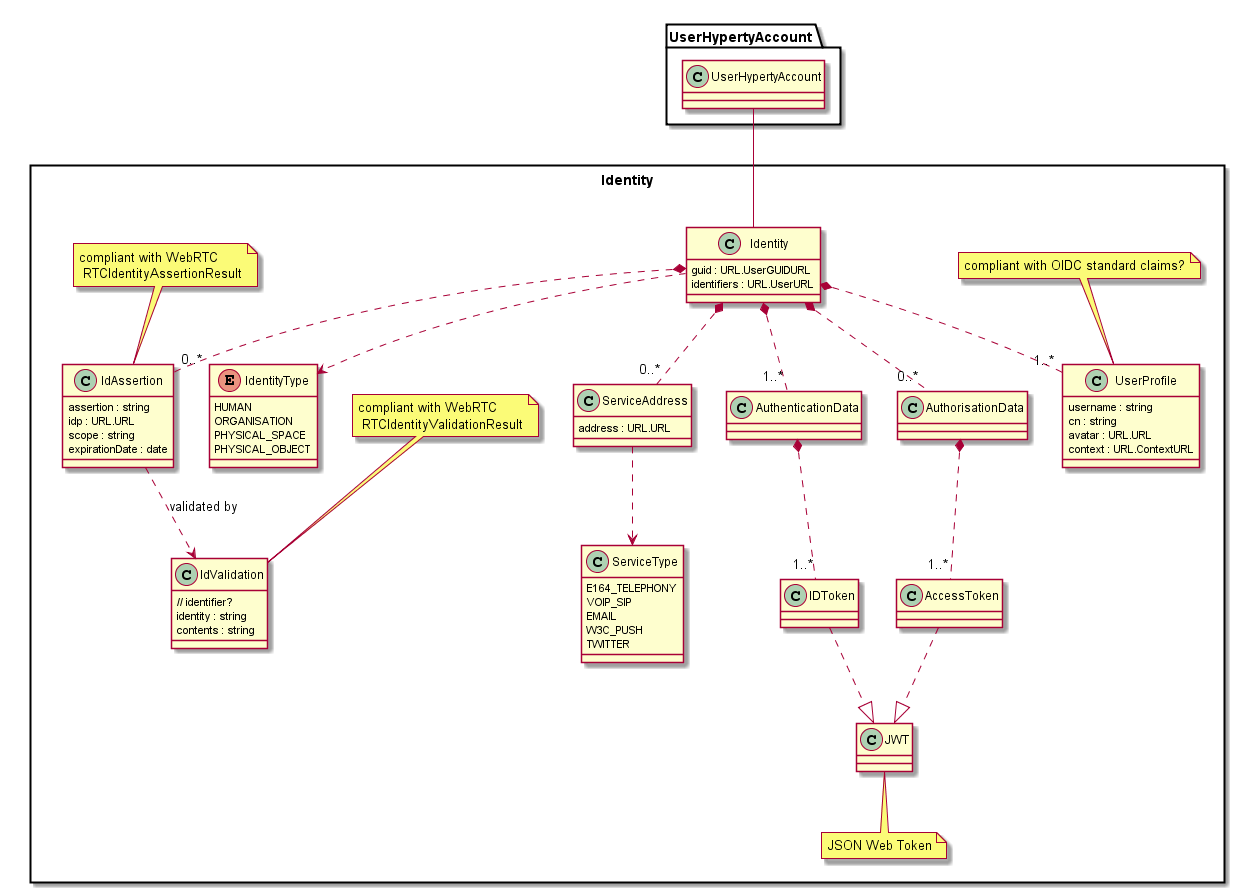
Earlier version of the PlantUML export datamodel/core/user-identity/Identity-Data-Object-Model.png (reTHINK-project/specs).
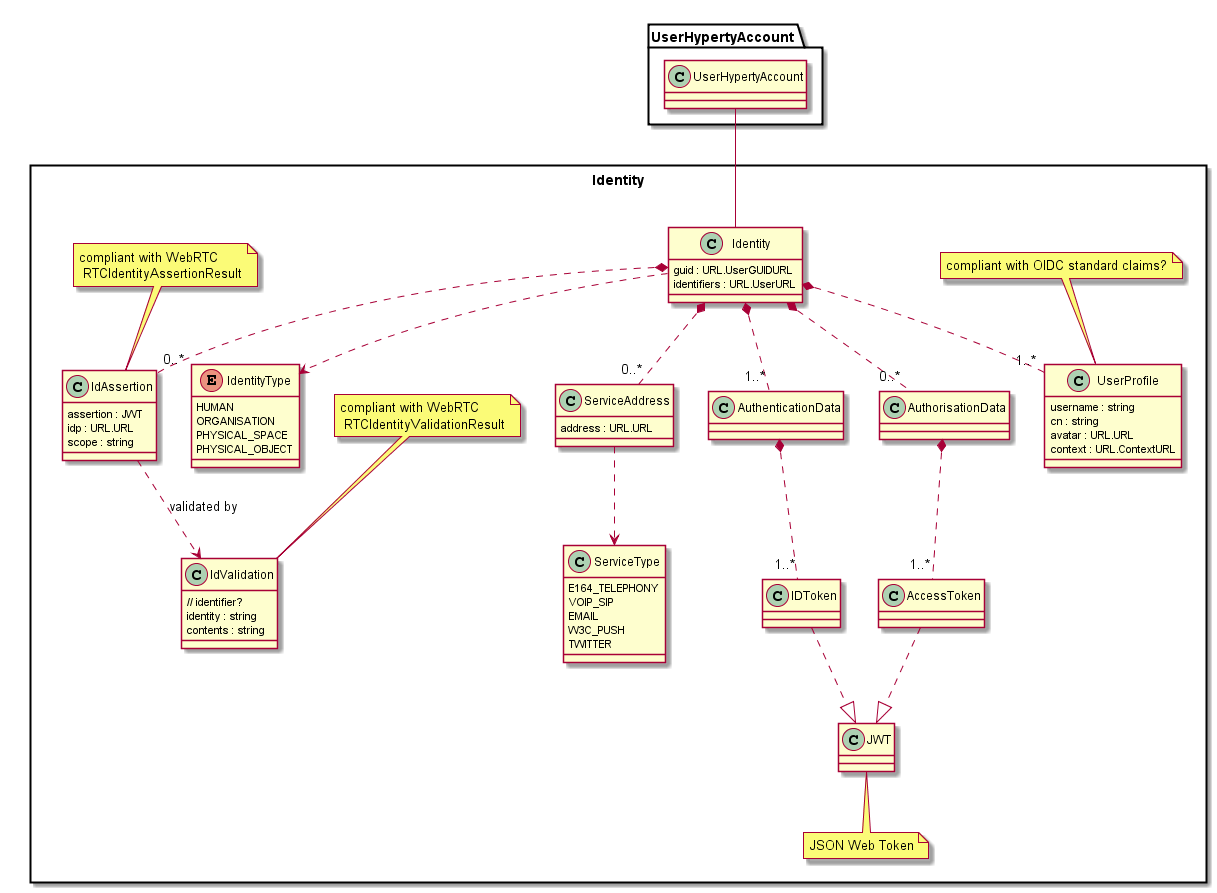
The same file after the commit.

Commit message:
user identity model: set JWT as type for idAssertion.assertion

What changed in the source:
```diff
@@ -23,10 +23,9 @@
 	}
 
 	class IdAssertion {
-		assertion : string
+		assertion : JWT
 		idp : URL.URL
 		scope : string
-		expirationDate : date
 	}
 
 	note top : compliant with WebRTC\n RTCIdentityAssertionResult
```
